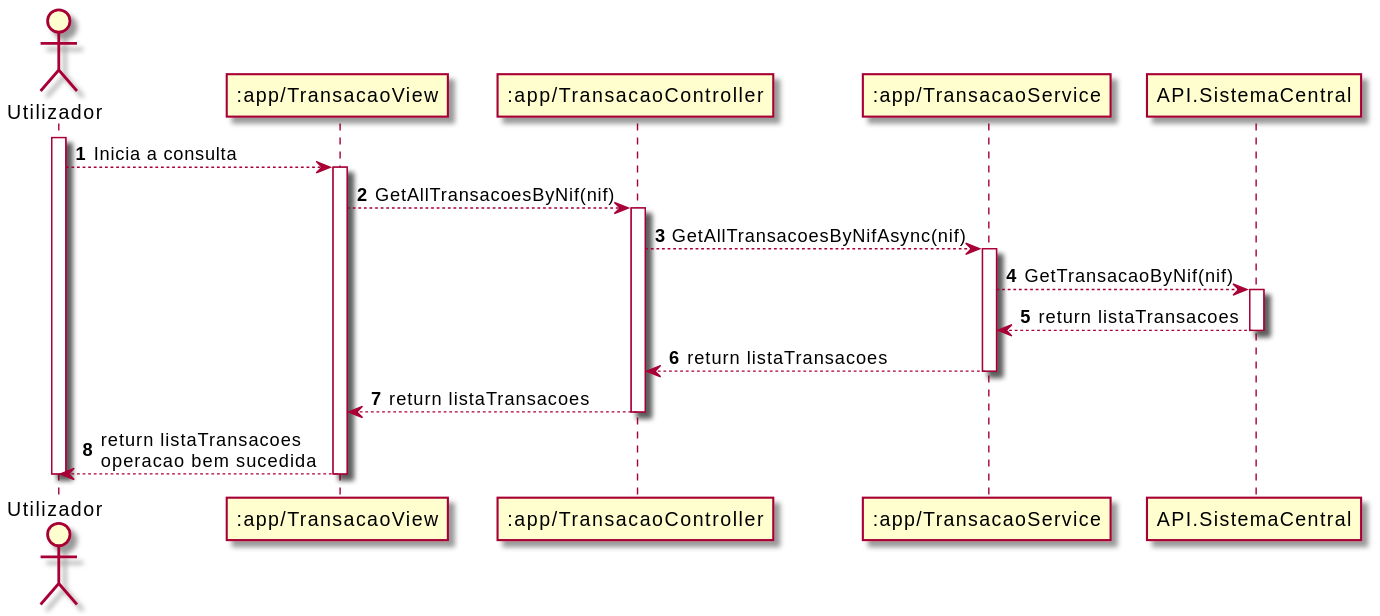
This is Documentos/Sprint4/UC9/UC9_SD.svg from UPskillDOTNET/Jakim-das-Coives-S.A., a PlantUML export, as it was before one commit.
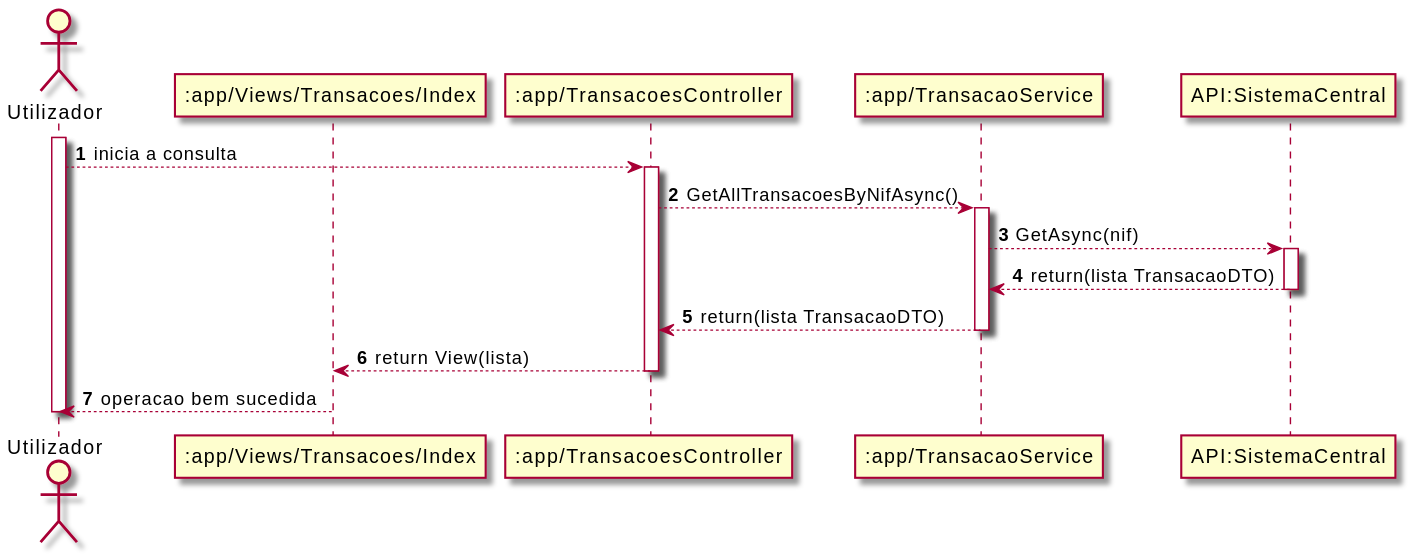
Later version of the same file.

Diff of the diagram source:
```diff
@@ -1,35 +1,32 @@
 @startuml
 autonumber
 actor "Utilizador" as U
-participant ":app/TransacaoView" as TV
-participant ":app/TransacaoController" as TC
+participant ":app/Views/Transacoes/Index" as TV
+participant ":app/TransacoesController" as TC
 participant ":app/TransacaoService" as TS
-participant "API.SistemaCentral" as API
+participant "API:SistemaCentral" as API
 
 activate U
 
-U --> TV: Inicia a consulta
-activate TV
-
-TV --> TC: GetAllTransacoesByNif(nif)
+U --> TC: inicia a consulta
 activate TC
 
-TC --> TS: GetAllTransacoesByNifAsync(nif)
+TC --> TS: GetAllTransacoesByNifAsync()
 activate TS
 
-TS --> API: GetTransacaoByNif(nif)
+TS --> API: GetAsync(nif)
 activate API
 
-API --> TS:return listaTransacoes
+API --> TS: return(lista TransacaoDTO)
 deactivate API
 
-TS --> TC: return listaTransacoes
+TS --> TC: return(lista TransacaoDTO)
 deactivate TS
 
-TC --> TV: return listaTransacoes
+TC --> TV: return View(lista)
 deactivate TC
 
-TV --> U: return listaTransacoes\noperacao bem sucedida
+TV --> U: operacao bem sucedida
 deactivate TV
 
 deactivate U
```
